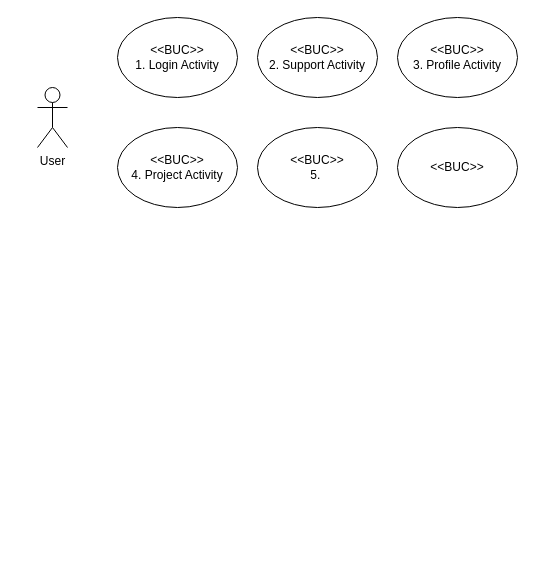
Itaybarbar/myProject keeps this draw.io diagram as BUC Diagram.drawio. Above is the earlier version. Source tidied: cells renumbered, new cells numbered last; positions are measured from the earlier drawing's top-left corner, leaving out a move shared by most shapes. Both pictures are drawn from the tidied source at 100%, with x=0, y=0 at pixel (37, 17).
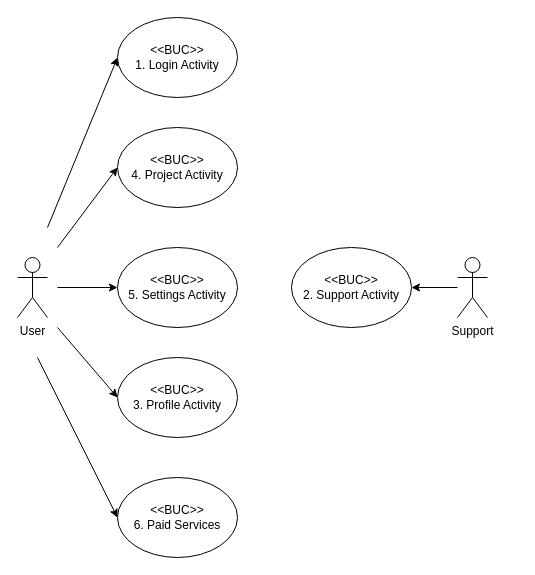
Above is the later version.

What changed in the source:
```diff
@@
 <mxGraphModel>
   <root>
     <mxCell id="0" />
     <mxCell id="1" parent="0" />
+    <mxCell id="9" style="rounded=0;jettySize=auto;html=1;entryX=0;entryY=0.5;entryDx=0;entryDy=0;" parent="1" edge="1" target="4">
+      <mxGeometry relative="1" as="geometry">
+        <mxPoint x="10" y="210" as="sourcePoint" />
+      </mxGeometry>
+    </mxCell>
+    <mxCell id="10" style="edgeStyle=none;rounded=0;jettySize=auto;html=1;entryX=0;entryY=0.5;entryDx=0;entryDy=0;" parent="1" edge="1" target="6">
+      <mxGeometry relative="1" as="geometry">
+        <mxPoint x="20" y="230" as="sourcePoint" />
+      </mxGeometry>
+    </mxCell>
+    <mxCell id="11" style="edgeStyle=none;rounded=0;jettySize=auto;html=1;entryX=0;entryY=0.5;entryDx=0;entryDy=0;" parent="1" edge="1" target="5">
+      <mxGeometry relative="1" as="geometry">
+        <mxPoint x="20" y="270" as="sourcePoint" />
+      </mxGeometry>
+    </mxCell>
+    <mxCell id="12" style="edgeStyle=none;rounded=0;jettySize=auto;html=1;entryX=0;entryY=0.5;entryDx=0;entryDy=0;" parent="1" edge="1" target="8">
+      <mxGeometry relative="1" as="geometry">
+        <mxPoint x="20" y="310" as="sourcePoint" />
+      </mxGeometry>
+    </mxCell>
+    <mxCell id="13" style="edgeStyle=none;rounded=0;jettySize=auto;html=1;entryX=0;entryY=0.5;entryDx=0;entryDy=0;" parent="1" edge="1" target="7">
+      <mxGeometry relative="1" as="geometry">
+        <mxPoint y="340" as="sourcePoint" />
+      </mxGeometry>
+    </mxCell>
     <mxCell id="2" value="User" style="shape=umlActor;verticalLabelPosition=bottom;verticalAlign=top;html=1;" parent="1" vertex="1">
-      <mxGeometry y="70" width="30" height="60" as="geometry" />
+      <mxGeometry x="-20" y="240" width="30" height="60" as="geometry" />
     </mxCell>
     <mxCell id="3" value="&amp;lt;&amp;lt;BUC&amp;gt;&amp;gt;&lt;br&gt;2. Support Activity" style="ellipse;whiteSpace=wrap;html=1;" parent="1" vertex="1">
-      <mxGeometry x="220" width="120" height="80" as="geometry" />
+      <mxGeometry x="254" y="230" width="120" height="80" as="geometry" />
     </mxCell>
     <mxCell id="4" value="&amp;lt;&amp;lt;BUC&amp;gt;&amp;gt;&lt;br&gt;1. Login Activity" style="ellipse;whiteSpace=wrap;html=1;" parent="1" vertex="1">
       <mxGeometry x="80" width="120" height="80" as="geometry" />
     </mxCell>
-    <mxCell id="5" value="&amp;lt;&amp;lt;BUC&amp;gt;&amp;gt;&lt;br&gt;5.&amp;nbsp;" style="ellipse;whiteSpace=wrap;html=1;" parent="1" vertex="1">
-      <mxGeometry x="220" y="110" width="120" height="80" as="geometry" />
+    <mxCell id="5" value="&amp;lt;&amp;lt;BUC&amp;gt;&amp;gt;&lt;br&gt;5. Settings Activity" style="ellipse;whiteSpace=wrap;html=1;" parent="1" vertex="1">
+      <mxGeometry x="80" y="230" width="120" height="80" as="geometry" />
     </mxCell>
     <mxCell id="6" value="&amp;lt;&amp;lt;BUC&amp;gt;&amp;gt;&lt;br&gt;4. Project Activity" style="ellipse;whiteSpace=wrap;html=1;" parent="1" vertex="1">
       <mxGeometry x="80" y="110" width="120" height="80" as="geometry" />
     </mxCell>
-    <mxCell id="7" value="&amp;lt;&amp;lt;BUC&amp;gt;&amp;gt;" style="ellipse;whiteSpace=wrap;html=1;" parent="1" vertex="1">
-      <mxGeometry x="360" y="110" width="120" height="80" as="geometry" />
+    <mxCell id="7" value="&amp;lt;&amp;lt;BUC&amp;gt;&amp;gt;&lt;br&gt;6. Paid Services" style="ellipse;whiteSpace=wrap;html=1;" parent="1" vertex="1">
+      <mxGeometry x="80" y="460" width="120" height="80" as="geometry" />
     </mxCell>
     <mxCell id="8" value="&amp;lt;&amp;lt;BUC&amp;gt;&amp;gt;&lt;br&gt;3. Profile Activity" style="ellipse;whiteSpace=wrap;html=1;" parent="1" vertex="1">
-      <mxGeometry x="360" width="120" height="80" as="geometry" />
+      <mxGeometry x="80" y="340" width="120" height="80" as="geometry" />
     </mxCell>
+    <mxCell id="14" style="edgeStyle=none;rounded=0;jettySize=auto;html=1;entryX=1;entryY=0.5;entryDx=0;entryDy=0;" parent="1" edge="1" target="3">
+      <mxGeometry relative="1" as="geometry">
+        <mxPoint x="420" y="270" as="sourcePoint" />
+      </mxGeometry>
+    </mxCell>
+    <mxCell id="15" value="Support" style="shape=umlActor;verticalLabelPosition=bottom;verticalAlign=top;html=1;" parent="1" vertex="1">
+      <mxGeometry x="420" y="240" width="30" height="60" as="geometry" />
+    </mxCell>
   </root>
 </mxGraphModel>
```
